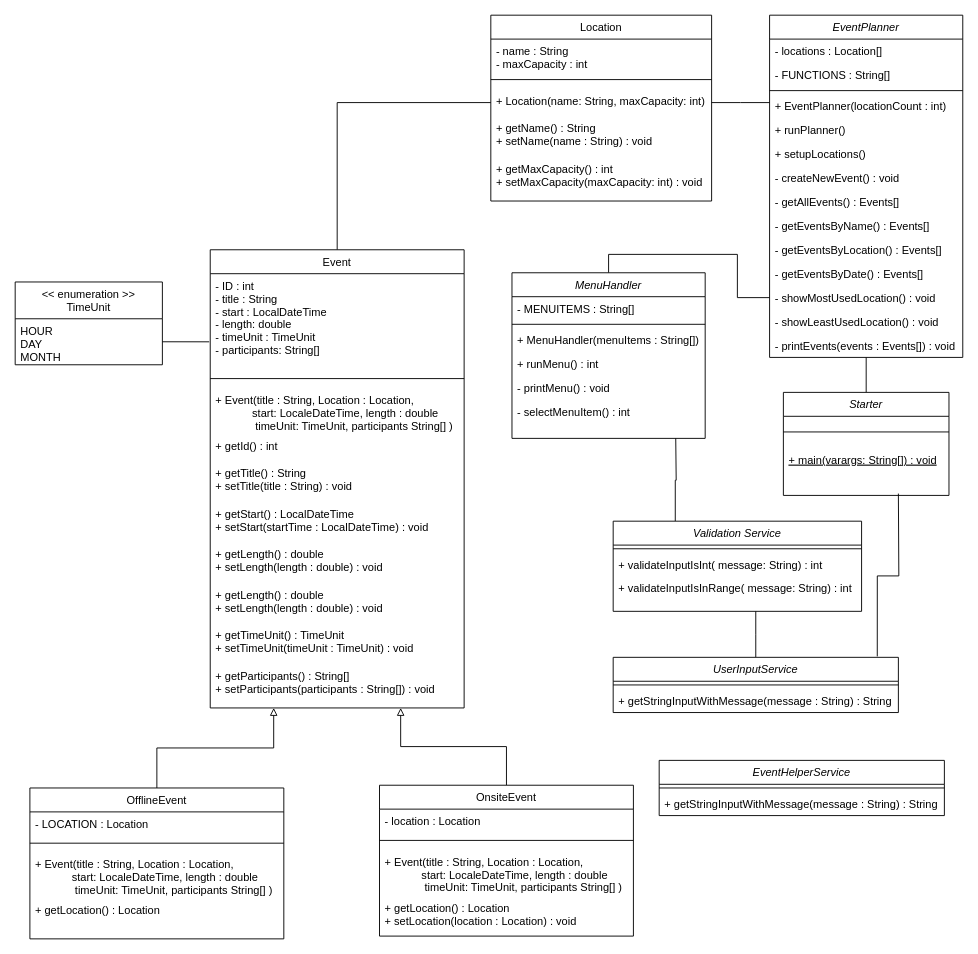
julix14/becker-co1-assignment-02 keeps this draw.io diagram as doc/UML.drawio. Above is the earlier version. Source tidied: cells renumbered, new cells numbered last; positions are measured from the earlier drawing's top-left corner, leaving out a move shared by most shapes. Both pictures are drawn from the tidied source at 92%, with x=0, y=0 at pixel (15, 15).
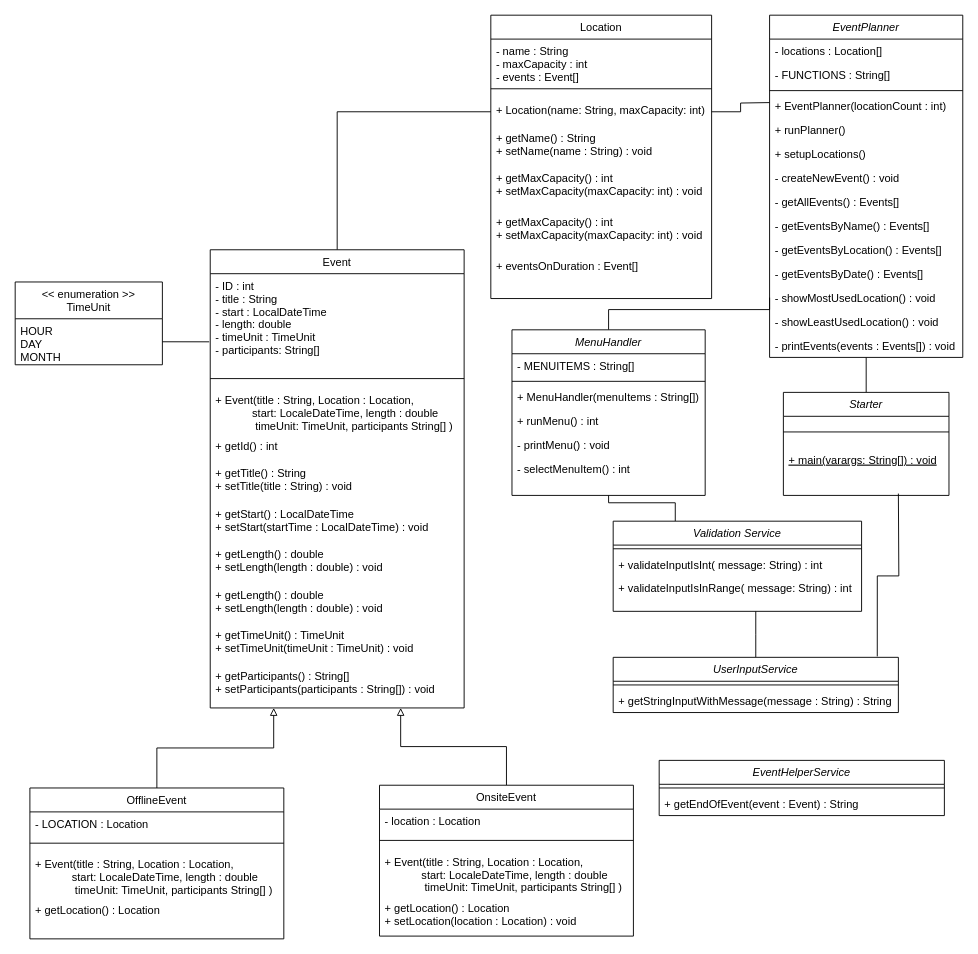
The same diagram, later.

Commit message (it also covers changes not shown here):
Add things to UML

The change refers to these unchanged cells:
```xml
<mxCell id="15" value="- showMostUsedLocation() : void" style="text;align=left;verticalAlign=top;spacingLeft=4;spacingRight=4;overflow=hidden;points=[[0,0.5],[1,0.5]];portConstraint=eastwest;fontStyle=0;" parent="3" vertex="1">
  <mxGeometry y="294" width="210" height="26" as="geometry" />
</mxCell>
<mxCell id="64" value="Validation Service" style="swimlane;fontStyle=2;align=center;verticalAlign=top;horizontal=1;startSize=26;rounded=0;shadow=0;strokeWidth=1;" parent="1" vertex="1">
  <mxGeometry x="650" y="550" width="270" height="98" as="geometry" />
</mxCell>
<mxCell id="73" value="EventHelperService" style="swimlane;fontStyle=2;align=center;verticalAlign=top;horizontal=1;startSize=26;rounded=0;shadow=0;strokeWidth=1;" parent="1" vertex="1">
  <mxGeometry x="700" y="810" width="310" height="60" as="geometry" />
</mxCell>
```

Diff of the diagram source:
```diff
@@
     <mxCell id="18" value="Location" style="swimlane;fontStyle=0;align=center;verticalAlign=top;horizontal=1;startSize=26;rounded=0;shadow=0;strokeWidth=1;" parent="1" vertex="1">
-      <mxGeometry x="517" width="240" height="202" as="geometry" />
+      <mxGeometry x="517" width="240" height="308" as="geometry" />
     </mxCell>
-    <mxCell id="19" value="- name : String&#10;- maxCapacity : int" style="text;align=left;verticalAlign=top;spacingLeft=4;spacingRight=4;overflow=hidden;" parent="18" vertex="1">
-      <mxGeometry y="26" width="240" height="34" as="geometry" />
+    <mxCell id="19" value="- name : String&#10;- maxCapacity : int&#10;- events : Event[]" style="text;align=left;verticalAlign=top;spacingLeft=4;spacingRight=4;overflow=hidden;" parent="18" vertex="1">
+      <mxGeometry y="26" width="240" height="44" as="geometry" />
     </mxCell>
     <mxCell id="20" style="line;html=1;strokeWidth=1;align=left;verticalAlign=middle;spacingTop=-1;spacingLeft=3;spacingRight=3;labelPosition=right;" parent="18" vertex="1">
-      <mxGeometry y="60" width="240" height="20" as="geometry" />
+      <mxGeometry y="70" width="240" height="20" as="geometry" />
     </mxCell>
     <mxCell id="21" value="+ Location(name: String, maxCapacity: int)" style="text;align=left;verticalAlign=top;spacingLeft=4;spacingRight=4;overflow=hidden;points=[[0,0.5],[1,0.5]];portConstraint=eastwest;" parent="18" vertex="1">
-      <mxGeometry y="80" width="240" height="30" as="geometry" />
+      <mxGeometry y="90" width="240" height="30" as="geometry" />
     </mxCell>
     <mxCell id="22" value="+ getName() : String&#10;+ setName(name : String) : void" style="text;align=left;verticalAlign=top;spacingLeft=4;spacingRight=4;overflow=hidden;" parent="18" vertex="1">
-      <mxGeometry y="110" width="240" height="44" as="geometry" />
+      <mxGeometry y="120" width="240" height="44" as="geometry" />
     </mxCell>
     <mxCell id="23" value="+ getMaxCapacity() : int&#10;+ setMaxCapacity(maxCapacity: int) : void" style="text;align=left;verticalAlign=top;spacingLeft=4;spacingRight=4;overflow=hidden;" parent="18" vertex="1">
-      <mxGeometry y="154" width="240" height="48" as="geometry" />
+      <mxGeometry y="164" width="240" height="48" as="geometry" />
     </mxCell>
+    <mxCell id="76" value="+ getMaxCapacity() : int&#10;+ setMaxCapacity(maxCapacity: int) : void" style="text;align=left;verticalAlign=top;spacingLeft=4;spacingRight=4;overflow=hidden;" parent="18" vertex="1">
+      <mxGeometry y="212" width="240" height="48" as="geometry" />
+    </mxCell>
+    <mxCell id="77" value="+ eventsOnDuration : Event[]" style="text;align=left;verticalAlign=top;spacingLeft=4;spacingRight=4;overflow=hidden;" parent="18" vertex="1">
+      <mxGeometry y="260" width="240" height="48" as="geometry" />
+    </mxCell>
@@
     <mxCell id="41" style="edgeStyle=orthogonalEdgeStyle;rounded=0;jettySize=auto;html=1;exitX=0.5;exitY=0;exitDx=0;exitDy=0;entryX=0;entryY=0.5;entryDx=0;entryDy=0;endArrow=none;endFill=0;" parent="1" edge="1" source="42" target="15">
-      <mxGeometry relative="1" as="geometry" />
+      <mxGeometry relative="1" as="geometry">
+        <Array as="points">
+          <mxPoint x="645" y="320" />
+          <mxPoint x="820" y="320" />
+        </Array>
+      </mxGeometry>
     </mxCell>
     <mxCell id="42" value="MenuHandler" style="swimlane;fontStyle=2;align=center;verticalAlign=top;horizontal=1;startSize=26;rounded=0;shadow=0;strokeWidth=1;" parent="1" vertex="1">
-      <mxGeometry x="540" y="280" width="210" height="180" as="geometry" />
+      <mxGeometry x="540" y="342" width="210" height="180" as="geometry" />
     </mxCell>
@@
-    <mxCell id="63" style="edgeStyle=orthogonalEdgeStyle;rounded=0;jettySize=auto;html=1;exitX=0.25;exitY=0;exitDx=0;exitDy=0;endArrow=none;endFill=0;" parent="1" edge="1" source="64">
-      <mxGeometry relative="1" as="geometry">
-        <mxPoint x="718" y="460" as="targetPoint" />
-      </mxGeometry>
+    <mxCell id="63" style="edgeStyle=orthogonalEdgeStyle;rounded=0;jettySize=auto;html=1;exitX=0.25;exitY=0;exitDx=0;exitDy=0;endArrow=none;endFill=0;entryX=0.5;entryY=1;entryDx=0;entryDy=0;" parent="1" edge="1" source="64" target="42">
+      <mxGeometry relative="1" as="geometry" />
     </mxCell>
@@
-    <mxCell id="75" value="+ getStringInputWithMessage(message : String) : String" style="text;align=left;verticalAlign=top;spacingLeft=4;spacingRight=4;overflow=hidden;fontStyle=0;" parent="73" vertex="1">
+    <mxCell id="75" value="+ getEndOfEvent(event : Event) : String" style="text;align=left;verticalAlign=top;spacingLeft=4;spacingRight=4;overflow=hidden;fontStyle=0;" parent="73" vertex="1">
       <mxGeometry y="34" width="310" height="26" as="geometry" />
     </mxCell>
```
